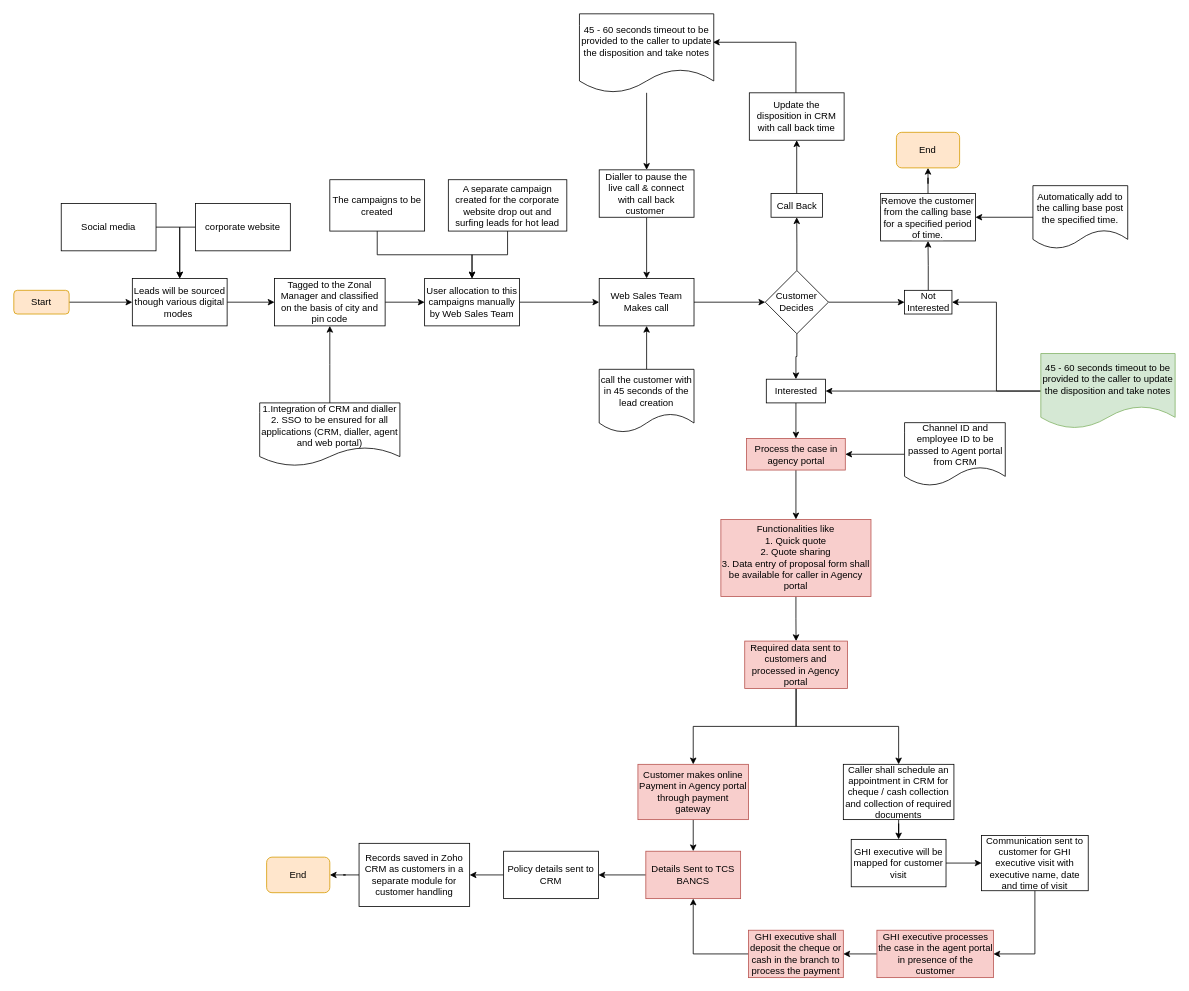
The draw.io diagram WebSales.drawio in shaileshsreedar/Galaxy, before the edit. Source tidied: cells renumbered, new cells numbered last; positions are measured from the earlier drawing's top-left corner, leaving out a move shared by most shapes. Both pictures are drawn from the tidied source at 79%, with x=0, y=0 at pixel (13, 13).
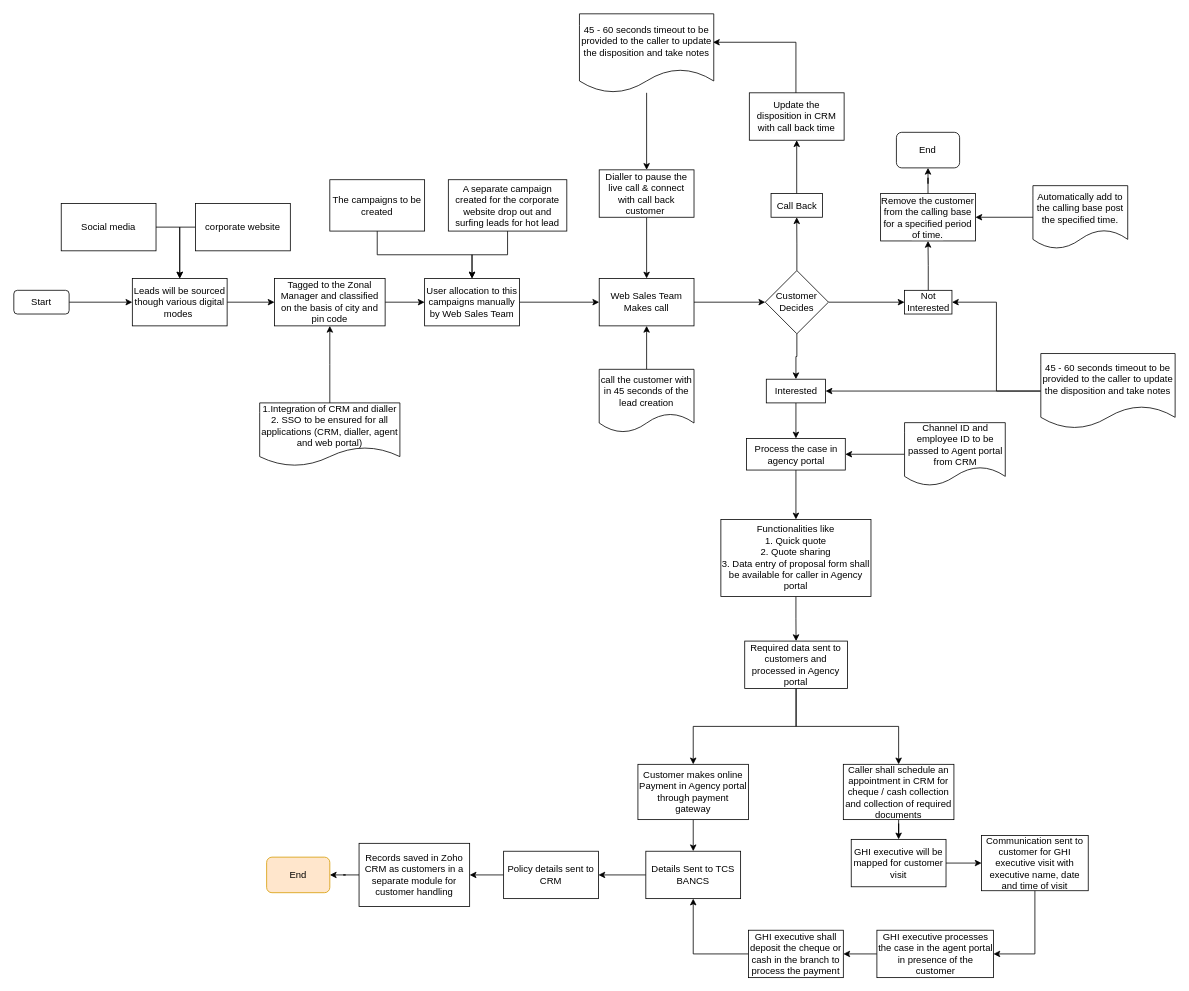
The same page after the edit.

Change to the diagram source:
```diff
@@
-    <mxCell id="29" value="Start" style="rounded=1;whiteSpace=wrap;html=1;fillColor=#ffe6cc;strokeColor=#d79b00;" parent="1" vertex="1">
+    <mxCell id="29" value="Start" style="rounded=1;whiteSpace=wrap;html=1;" parent="1" vertex="1">
       <mxGeometry y="350" width="70" height="30" as="geometry" />
     </mxCell>
@@
-    <mxCell id="35" value="Process the case in agency portal" style="whiteSpace=wrap;html=1;fillColor=#f8cecc;strokeColor=#b85450;" parent="1" vertex="1">
+    <mxCell id="35" value="Process the case in agency portal" style="whiteSpace=wrap;html=1;" parent="1" vertex="1">
       <mxGeometry x="927.5" y="537.5" width="125" height="40" as="geometry" />
     </mxCell>
@@
-    <mxCell id="37" value="Functionalities like&lt;div&gt;1. Quick quote&lt;/div&gt;&lt;div&gt;2. Quote sharing&lt;/div&gt;&lt;div&gt;3. Data entry of proposal form shall be available for caller in Agency portal&lt;/div&gt;" style="rounded=0;whiteSpace=wrap;html=1;fillColor=#f8cecc;strokeColor=#b85450;" parent="1" vertex="1">
+    <mxCell id="37" value="Functionalities like&lt;div&gt;1. Quick quote&lt;/div&gt;&lt;div&gt;2. Quote sharing&lt;/div&gt;&lt;div&gt;3. Data entry of proposal form shall be available for caller in Agency portal&lt;/div&gt;" style="rounded=0;whiteSpace=wrap;html=1;" parent="1" vertex="1">
       <mxGeometry x="895" y="640" width="190" height="97.5" as="geometry" />
     </mxCell>
@@
-    <mxCell id="39" value="Customer makes online Payment in Agency portal through payment gateway" style="whiteSpace=wrap;html=1;fillColor=#f8cecc;strokeColor=#b85450;" parent="1" vertex="1">
+    <mxCell id="39" value="Customer makes online Payment in Agency portal through payment gateway" style="whiteSpace=wrap;html=1;" parent="1" vertex="1">
       <mxGeometry x="790" y="950" width="140" height="70" as="geometry" />
     </mxCell>
@@
-    <mxCell id="41" value="Details Sent to TCS BANCS" style="whiteSpace=wrap;html=1;fillColor=#f8cecc;strokeColor=#b85450;" parent="1" vertex="1">
+    <mxCell id="41" value="Details Sent to TCS BANCS" style="whiteSpace=wrap;html=1;" parent="1" vertex="1">
       <mxGeometry x="800" y="1060" width="120" height="60" as="geometry" />
     </mxCell>
@@
-    <mxCell id="49" value="Required data sent to customers and processed in Agency portal" style="rounded=0;whiteSpace=wrap;html=1;fillColor=#f8cecc;strokeColor=#b85450;" parent="1" vertex="1">
+    <mxCell id="49" value="Required data sent to customers and processed in Agency portal" style="rounded=0;whiteSpace=wrap;html=1;" parent="1" vertex="1">
       <mxGeometry x="925.2" y="794" width="130" height="60" as="geometry" />
     </mxCell>
@@
-    <mxCell id="57" value="GHI executive processes the case in the agent portal in presence of the customer" style="rounded=0;whiteSpace=wrap;html=1;fillColor=#f8cecc;strokeColor=#b85450;" parent="1" vertex="1">
+    <mxCell id="57" value="GHI executive processes the case in the agent portal in presence of the customer" style="rounded=0;whiteSpace=wrap;html=1;" parent="1" vertex="1">
       <mxGeometry x="1092.5" y="1160" width="147.5" height="60" as="geometry" />
     </mxCell>
@@
-    <mxCell id="59" value="GHI executive shall deposit the cheque or cash in the branch to process the payment" style="rounded=0;whiteSpace=wrap;html=1;fillColor=#f8cecc;strokeColor=#b85450;" parent="1" vertex="1">
+    <mxCell id="59" value="GHI executive shall deposit the cheque or cash in the branch to process the payment" style="rounded=0;whiteSpace=wrap;html=1;" parent="1" vertex="1">
       <mxGeometry x="930" y="1160" width="120" height="60" as="geometry" />
     </mxCell>
@@
-    <mxCell id="64" value="45 - 60 seconds timeout to be provided to the caller to update the disposition and take notes" style="shape=document;whiteSpace=wrap;html=1;boundedLbl=1;fillColor=#d5e8d4;strokeColor=#82b366;" parent="1" vertex="1">
+    <mxCell id="64" value="45 - 60 seconds timeout to be provided to the caller to update the disposition and take notes" style="shape=document;whiteSpace=wrap;html=1;boundedLbl=1;" parent="1" vertex="1">
       <mxGeometry x="1300" y="430" width="170" height="95" as="geometry" />
     </mxCell>
@@
-    <mxCell id="69" value="End" style="rounded=1;whiteSpace=wrap;html=1;fillColor=#ffe6cc;strokeColor=#d79b00;" parent="1" vertex="1">
+    <mxCell id="69" value="End" style="rounded=1;whiteSpace=wrap;html=1;" parent="1" vertex="1">
       <mxGeometry x="1117.2" y="150" width="80" height="45" as="geometry" />
     </mxCell>
```
